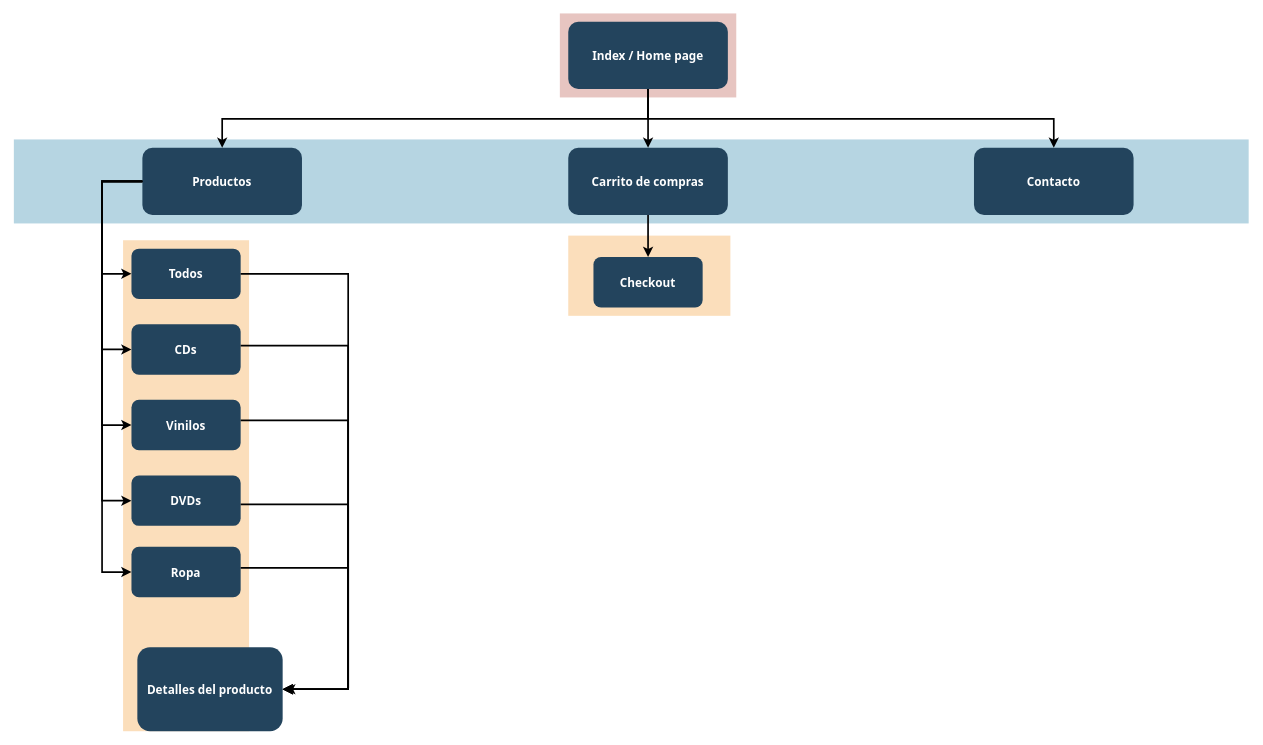
smoran24/EcosRockeria keeps this draw.io diagram as sitemap editable.drawio. Above is the earlier version. Source tidied: cells renumbered, new cells numbered last; positions are measured from the earlier drawing's top-left corner, leaving out a move shared by most shapes. Both pictures are drawn from the tidied source at 84%, with x=0, y=0 at pixel (13, 13).
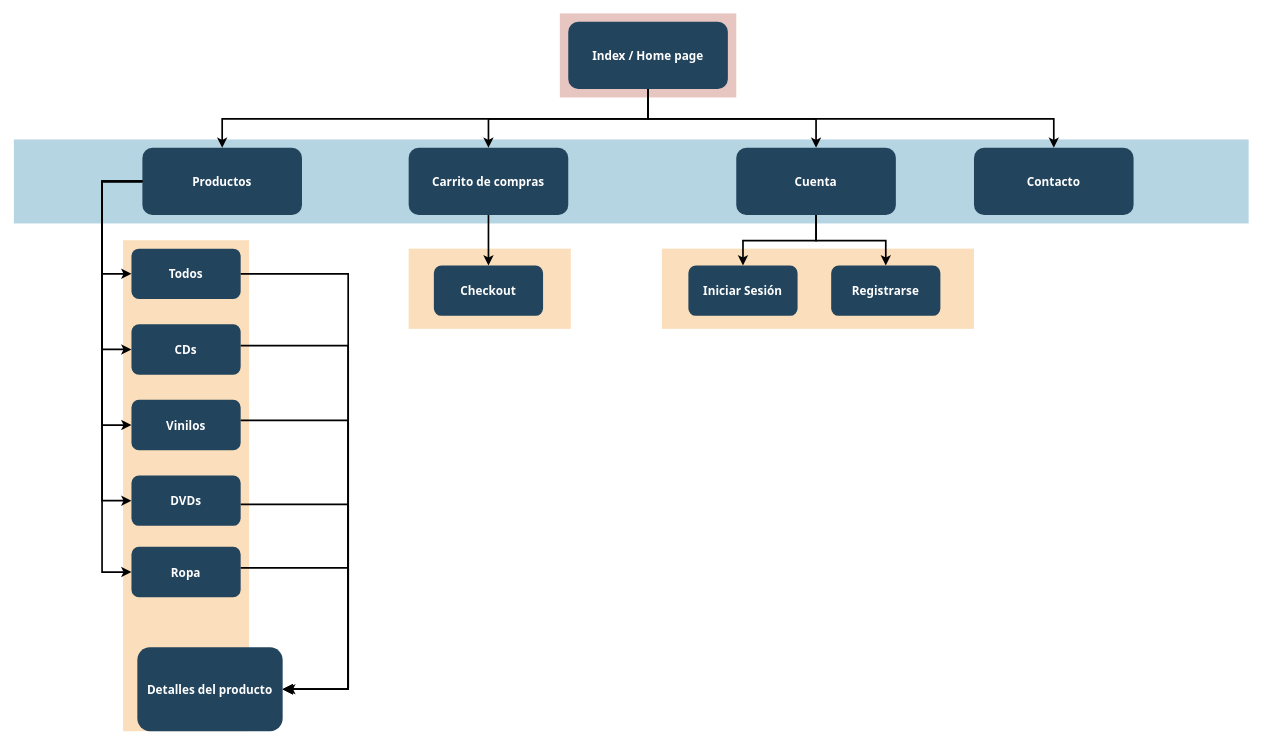
The same diagram, later.

Commit message (it also covers changes not shown here):
actualizo sitemap

The change refers to these unchanged cells:
```xml
<mxCell id="6" value="Index / Home page" style="rounded=1;fillColor=#23445D;gradientColor=none;strokeColor=none;fontColor=#FFFFFF;fontStyle=1;fontFamily=Tahoma;fontSize=14;" parent="1" vertex="1">
  <mxGeometry x="660" y="9.5" width="190" height="80" as="geometry" />
</mxCell>
```

Change to the diagram source:
```diff
@@
+    <mxCell id="31" style="fillColor=#F2931E;strokeColor=none;opacity=30;" parent="1" vertex="1">
+      <mxGeometry x="771.5" y="279.5" width="371.5" height="95.5" as="geometry" />
+    </mxCell>
@@
     <mxCell id="4" style="fillColor=#F2931E;strokeColor=none;opacity=30;" parent="1" vertex="1">
-      <mxGeometry x="660" y="264" width="193" height="95.5" as="geometry" />
+      <mxGeometry x="470" y="279.5" width="193" height="95.5" as="geometry" />
     </mxCell>
@@
     <mxCell id="9" value="Carrito de compras" style="rounded=1;fillColor=#23445D;gradientColor=none;strokeColor=none;fontColor=#FFFFFF;fontStyle=1;fontFamily=Tahoma;fontSize=14;" parent="1" vertex="1">
-      <mxGeometry x="660" y="159.5" width="190" height="80" as="geometry" />
+      <mxGeometry x="470" y="159.5" width="190" height="80" as="geometry" />
     </mxCell>
@@
     <mxCell id="16" value="Checkout" style="rounded=1;fillColor=#23445D;gradientColor=none;strokeColor=none;fontColor=#FFFFFF;fontStyle=1;fontFamily=Tahoma;fontSize=14;" parent="1" vertex="1">
-      <mxGeometry x="690" y="289.5" width="130" height="60" as="geometry" />
+      <mxGeometry x="500" y="299.5" width="130" height="60" as="geometry" />
     </mxCell>
@@
+    <mxCell id="32" value="Cuenta" style="rounded=1;fillColor=#23445D;gradientColor=none;strokeColor=none;fontColor=#FFFFFF;fontStyle=1;fontFamily=Tahoma;fontSize=14;" parent="1" vertex="1">
+      <mxGeometry x="860" y="159.5" width="190" height="80" as="geometry" />
+    </mxCell>
+    <mxCell id="33" style="edgeStyle=elbowEdgeStyle;elbow=vertical;strokeWidth=2;rounded=0;exitX=0.5;exitY=1;exitDx=0;exitDy=0;" parent="1" edge="1" source="6" target="32">
+      <mxGeometry x="357" y="235.5" as="geometry" />
+    </mxCell>
+    <mxCell id="34" value="Iniciar Sesión" style="rounded=1;fillColor=#23445D;gradientColor=none;strokeColor=none;fontColor=#FFFFFF;fontStyle=1;fontFamily=Tahoma;fontSize=14;" parent="1" vertex="1">
+      <mxGeometry x="803" y="299.5" width="130" height="60" as="geometry" />
+    </mxCell>
+    <mxCell id="35" style="edgeStyle=elbowEdgeStyle;elbow=vertical;strokeWidth=2;rounded=0;" parent="1" edge="1" source="32" target="34">
+      <mxGeometry x="366.5" y="130" as="geometry" />
+    </mxCell>
+    <mxCell id="36" value="Registrarse" style="rounded=1;fillColor=#23445D;gradientColor=none;strokeColor=none;fontColor=#FFFFFF;fontStyle=1;fontFamily=Tahoma;fontSize=14;" parent="1" vertex="1">
+      <mxGeometry x="973" y="299.5" width="130" height="60" as="geometry" />
+    </mxCell>
+    <mxCell id="37" style="edgeStyle=elbowEdgeStyle;elbow=vertical;strokeWidth=2;rounded=0;entryX=0.5;entryY=0;entryDx=0;entryDy=0;" parent="1" edge="1" source="32" target="36">
+      <mxGeometry x="376.5" y="140" as="geometry" />
+    </mxCell>
```
